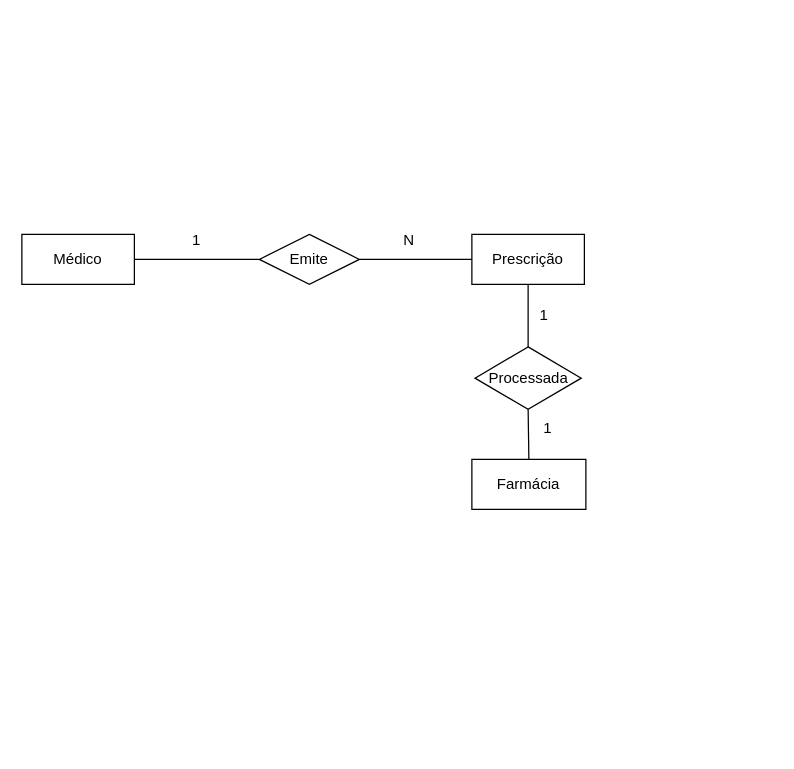
Above: DiagramaEx2.drawio in rtavares018/BD (draw.io), before the change. Source tidied: cells renumbered, new cells numbered last; positions are measured from the earlier drawing's top-left corner, leaving out a move shared by most shapes. Both pictures are drawn from the tidied source at 125%, with x=0, y=0 at pixel (21, 221).
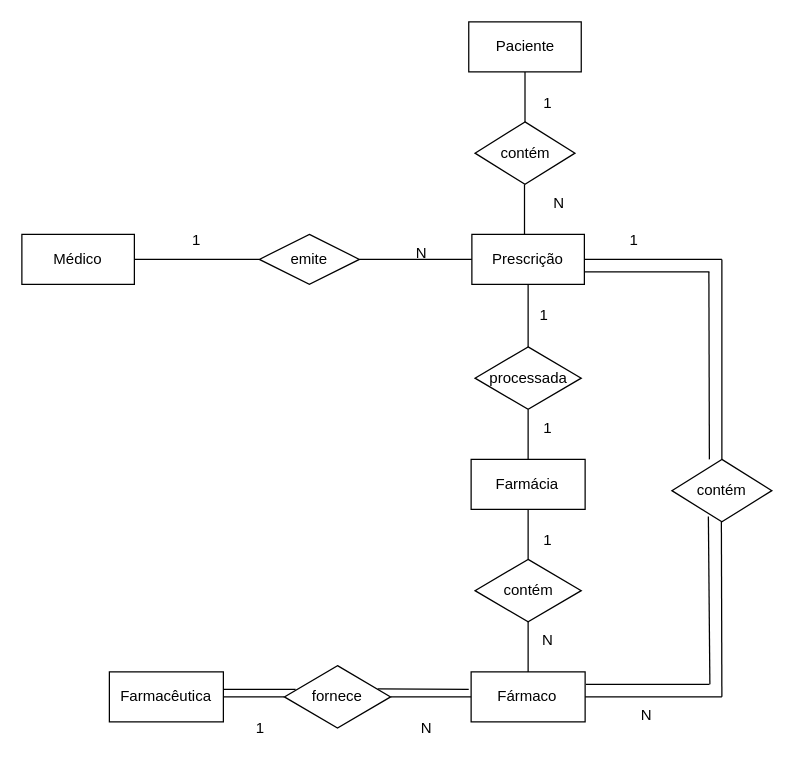
Above is the later version.

Unchanged cells that the change refers to:
```xml
<mxCell id="2" value="&lt;font style=&quot;font-size: 12px;&quot;&gt;Prescrição&lt;/font&gt;" style="rounded=0;whiteSpace=wrap;html=1;" parent="1" vertex="1">
  <mxGeometry x="360" y="10" width="90" height="40" as="geometry" />
</mxCell>
```

Change to the diagram source:
```diff
@@
+    <mxCell id="15" value="&lt;font style=&quot;font-size: 12px;&quot;&gt;fornece&lt;/font&gt;" style="rhombus;whiteSpace=wrap;html=1;" parent="1" vertex="1">
+      <mxGeometry x="210" y="355" width="85" height="50" as="geometry" />
+    </mxCell>
@@
-    <mxCell id="3" value="&lt;font style=&quot;font-size: 12px;&quot;&gt;Emite&lt;/font&gt;" style="rhombus;whiteSpace=wrap;html=1;" parent="1" vertex="1">
+    <mxCell id="3" value="&lt;font style=&quot;font-size: 12px;&quot;&gt;emite&lt;/font&gt;" style="rhombus;whiteSpace=wrap;html=1;" parent="1" vertex="1">
       <mxGeometry x="190" y="10" width="80" height="40" as="geometry" />
     </mxCell>
@@
     <mxCell id="8" value="N" style="text;html=1;align=center;verticalAlign=middle;whiteSpace=wrap;rounded=0;" parent="1" vertex="1">
-      <mxGeometry x="280" width="60" height="30" as="geometry" />
+      <mxGeometry x="400" y="-30" width="60" height="30" as="geometry" />
     </mxCell>
     <mxCell id="9" value="Farmácia" style="rounded=0;whiteSpace=wrap;html=1;" parent="1" vertex="1">
-      <mxGeometry x="360" y="190" width="91.2" height="40" as="geometry" />
+      <mxGeometry x="359.4" y="190" width="91.2" height="40" as="geometry" />
     </mxCell>
-    <mxCell id="10" value="&lt;font style=&quot;font-size: 12px;&quot;&gt;Processada&lt;/font&gt;" style="rhombus;whiteSpace=wrap;html=1;" parent="1" vertex="1">
+    <mxCell id="10" value="&lt;font style=&quot;font-size: 12px;&quot;&gt;processada&lt;/font&gt;" style="rhombus;whiteSpace=wrap;html=1;" parent="1" vertex="1">
       <mxGeometry x="362.5" y="100" width="85" height="50" as="geometry" />
     </mxCell>
@@
+    <mxCell id="16" value="Fármaco" style="rounded=0;whiteSpace=wrap;html=1;" parent="1" vertex="1">
+      <mxGeometry x="359.4" y="360" width="91.2" height="40" as="geometry" />
+    </mxCell>
+    <mxCell id="17" style="endArrow=none;html=1;rounded=0;entryX=0.5;entryY=1;entryDx=0;entryDy=0;exitX=0.5;exitY=0;exitDx=0;exitDy=0;" parent="1" edge="1" source="18" target="9">
+      <mxGeometry relative="1" as="geometry" />
+    </mxCell>
+    <mxCell id="18" value="&lt;font style=&quot;font-size: 12px;&quot;&gt;contém&lt;/font&gt;" style="rhombus;whiteSpace=wrap;html=1;" parent="1" vertex="1">
+      <mxGeometry x="362.5" y="270" width="85" height="50" as="geometry" />
+    </mxCell>
+    <mxCell id="19" style="endArrow=none;html=1;rounded=0;entryX=0.5;entryY=1;entryDx=0;entryDy=0;exitX=0.5;exitY=0;exitDx=0;exitDy=0;" parent="1" edge="1" source="16" target="18">
+      <mxGeometry relative="1" as="geometry" />
+    </mxCell>
+    <mxCell id="20" value="1" style="text;html=1;align=center;verticalAlign=middle;whiteSpace=wrap;rounded=0;" parent="1" vertex="1">
+      <mxGeometry x="390.6" y="240" width="60" height="30" as="geometry" />
+    </mxCell>
+    <mxCell id="21" value="N" style="text;html=1;align=center;verticalAlign=middle;whiteSpace=wrap;rounded=0;" parent="1" vertex="1">
+      <mxGeometry x="391.2" y="320" width="60" height="30" as="geometry" />
+    </mxCell>
+    <mxCell id="22" value="Farmacêutica" style="rounded=0;whiteSpace=wrap;html=1;" parent="1" vertex="1">
+      <mxGeometry x="70" y="360" width="91.2" height="40" as="geometry" />
+    </mxCell>
+    <mxCell id="23" style="endArrow=none;html=1;rounded=0;exitX=1;exitY=0.5;exitDx=0;exitDy=0;entryX=0;entryY=0.5;entryDx=0;entryDy=0;" parent="1" edge="1" source="22" target="15">
+      <mxGeometry relative="1" as="geometry" />
+    </mxCell>
+    <mxCell id="24" style="endArrow=none;html=1;rounded=0;entryX=0;entryY=0.5;entryDx=0;entryDy=0;exitX=1;exitY=0.5;exitDx=0;exitDy=0;" parent="1" edge="1" source="15" target="16">
+      <mxGeometry relative="1" as="geometry" />
+    </mxCell>
+    <mxCell id="25" value="1" style="text;html=1;align=center;verticalAlign=middle;whiteSpace=wrap;rounded=0;" parent="1" vertex="1">
+      <mxGeometry x="161.2" y="390" width="60" height="30" as="geometry" />
+    </mxCell>
+    <mxCell id="26" value="N" style="text;html=1;align=center;verticalAlign=middle;whiteSpace=wrap;rounded=0;" parent="1" vertex="1">
+      <mxGeometry x="294" y="390" width="60" height="30" as="geometry" />
+    </mxCell>
+    <mxCell id="27" style="endArrow=none;html=1;rounded=0;exitX=1;exitY=0.5;exitDx=0;exitDy=0;" parent="1" edge="1" source="2">
+      <mxGeometry relative="1" as="geometry">
+        <mxPoint x="560" y="30" as="targetPoint" />
+      </mxGeometry>
+    </mxCell>
+    <mxCell id="28" value="contém" style="rhombus;whiteSpace=wrap;html=1;" parent="1" vertex="1">
+      <mxGeometry x="520" y="190" width="80" height="50" as="geometry" />
+    </mxCell>
+    <mxCell id="29" style="endArrow=none;html=1;rounded=0;exitX=0.5;exitY=0;exitDx=0;exitDy=0;" parent="1" edge="1">
+      <mxGeometry relative="1" as="geometry">
+        <mxPoint x="560" y="190" as="sourcePoint" />
+        <mxPoint x="560" y="30" as="targetPoint" />
+      </mxGeometry>
+    </mxCell>
+    <mxCell id="30" style="endArrow=none;html=1;rounded=0;" parent="1" edge="1">
+      <mxGeometry relative="1" as="geometry">
+        <mxPoint x="560" y="380" as="sourcePoint" />
+        <mxPoint x="559.6" y="240" as="targetPoint" />
+      </mxGeometry>
+    </mxCell>
+    <mxCell id="31" style="endArrow=none;html=1;rounded=0;exitX=1;exitY=0.5;exitDx=0;exitDy=0;" parent="1" edge="1" source="16">
+      <mxGeometry relative="1" as="geometry">
+        <mxPoint x="560" y="380" as="targetPoint" />
+      </mxGeometry>
+    </mxCell>
+    <mxCell id="32" value="1" style="text;html=1;align=center;verticalAlign=middle;whiteSpace=wrap;rounded=0;" parent="1" vertex="1">
+      <mxGeometry x="460" width="60" height="30" as="geometry" />
+    </mxCell>
+    <mxCell id="33" value="N" style="text;html=1;align=center;verticalAlign=middle;whiteSpace=wrap;rounded=0;" parent="1" vertex="1">
+      <mxGeometry x="470" y="380" width="60" height="30" as="geometry" />
+    </mxCell>
+    <mxCell id="34" style="endArrow=none;html=1;rounded=0;exitX=1;exitY=0.5;exitDx=0;exitDy=0;" parent="1" edge="1">
+      <mxGeometry relative="1" as="geometry">
+        <mxPoint x="450" y="40" as="sourcePoint" />
+        <mxPoint x="550" y="40" as="targetPoint" />
+      </mxGeometry>
+    </mxCell>
+    <mxCell id="35" style="endArrow=none;html=1;rounded=0;" parent="1" edge="1">
+      <mxGeometry relative="1" as="geometry">
+        <mxPoint x="550" y="190" as="sourcePoint" />
+        <mxPoint x="549.6" y="40" as="targetPoint" />
+      </mxGeometry>
+    </mxCell>
+    <mxCell id="36" style="endArrow=none;html=1;rounded=0;exitX=1;exitY=0.5;exitDx=0;exitDy=0;" parent="1" edge="1">
+      <mxGeometry relative="1" as="geometry">
+        <mxPoint x="451.2" y="370" as="sourcePoint" />
+        <mxPoint x="550" y="370" as="targetPoint" />
+      </mxGeometry>
+    </mxCell>
+    <mxCell id="37" style="endArrow=none;html=1;rounded=0;entryX=0.365;entryY=0.913;entryDx=0;entryDy=0;entryPerimeter=0;" parent="1" edge="1" target="28">
+      <mxGeometry relative="1" as="geometry">
+        <mxPoint x="550.4" y="370" as="sourcePoint" />
+      </mxGeometry>
+    </mxCell>
+    <mxCell id="38" value="&lt;font style=&quot;font-size: 12px;&quot;&gt;Paciente&lt;/font&gt;" style="rounded=0;whiteSpace=wrap;html=1;" parent="1" vertex="1">
+      <mxGeometry x="357.5" y="-160" width="90" height="40" as="geometry" />
+    </mxCell>
+    <mxCell id="39" value="contém" style="rhombus;whiteSpace=wrap;html=1;" parent="1" vertex="1">
+      <mxGeometry x="362.5" y="-80" width="80" height="50" as="geometry" />
+    </mxCell>
+    <mxCell id="40" style="endArrow=none;html=1;rounded=0;entryX=0.5;entryY=1;entryDx=0;entryDy=0;exitX=0.5;exitY=0;exitDx=0;exitDy=0;" parent="1" edge="1" source="39" target="38">
+      <mxGeometry relative="1" as="geometry" />
+    </mxCell>
+    <mxCell id="41" style="endArrow=none;html=1;rounded=0;entryX=0.5;entryY=1;entryDx=0;entryDy=0;exitX=0.5;exitY=0;exitDx=0;exitDy=0;" parent="1" edge="1">
+      <mxGeometry relative="1" as="geometry">
+        <mxPoint x="402.1" y="10" as="sourcePoint" />
+        <mxPoint x="402.1" y="-30" as="targetPoint" />
+      </mxGeometry>
+    </mxCell>
+    <mxCell id="42" value="1" style="text;html=1;align=center;verticalAlign=middle;whiteSpace=wrap;rounded=0;" parent="1" vertex="1">
+      <mxGeometry x="391.2" y="-110" width="60" height="30" as="geometry" />
+    </mxCell>
+    <mxCell id="43" value="N" style="text;html=1;align=center;verticalAlign=middle;whiteSpace=wrap;rounded=0;" parent="1" vertex="1">
+      <mxGeometry x="290" y="10" width="60" height="30" as="geometry" />
+    </mxCell>
+    <mxCell id="44" style="endArrow=none;html=1;rounded=0;exitX=1;exitY=0.75;exitDx=0;exitDy=0;entryX=0;entryY=0.5;entryDx=0;entryDy=0;" parent="1" edge="1">
+      <mxGeometry relative="1" as="geometry">
+        <mxPoint x="161.3" y="374" as="sourcePoint" />
+        <mxPoint x="219" y="374" as="targetPoint" />
+      </mxGeometry>
+    </mxCell>
+    <mxCell id="45" style="endArrow=none;html=1;rounded=0;entryX=0;entryY=0.5;entryDx=0;entryDy=0;exitX=0.879;exitY=0.372;exitDx=0;exitDy=0;exitPerimeter=0;" parent="1" edge="1" source="15">
+      <mxGeometry relative="1" as="geometry">
+        <mxPoint x="357.5" y="374" as="targetPoint" />
+      </mxGeometry>
+    </mxCell>
```
